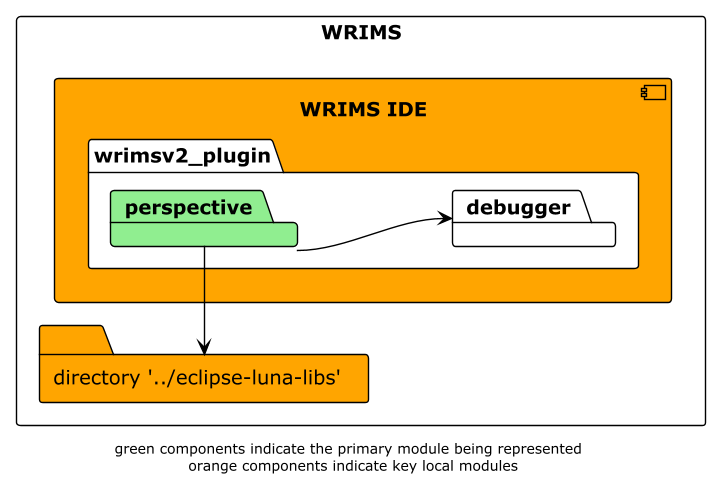
This is docs/diagrams/wrims-modules/wrims-ide/wrims-ide_perspective.png from CentralValleyModeling/wrims-gui, a PlantUML export, as it was before one commit.
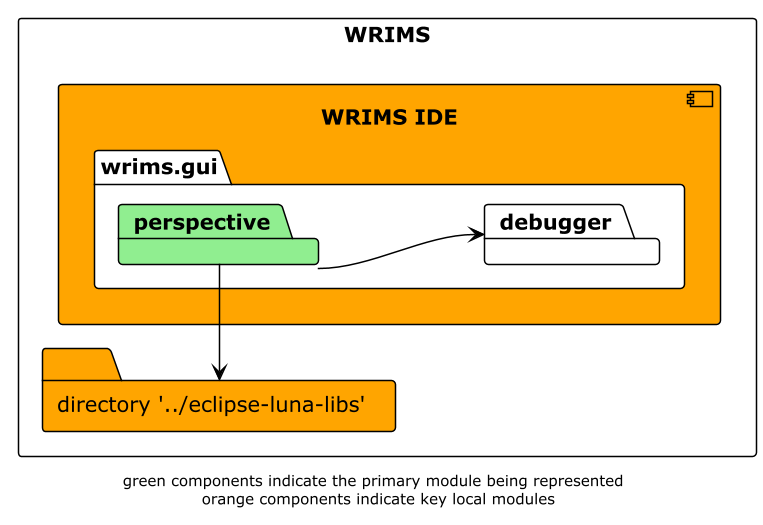
The same diagram one commit later.

Diff of the diagram source:
```diff
@@ -6,7 +6,7 @@
 
 rectangle WRIMS {
     component wrims-ide as "WRIMS IDE" #orange {
-        package wrimsv2_plugin {
+        package wrims.gui {
             package perspective #lightgreen
             package debugger
         }
```
